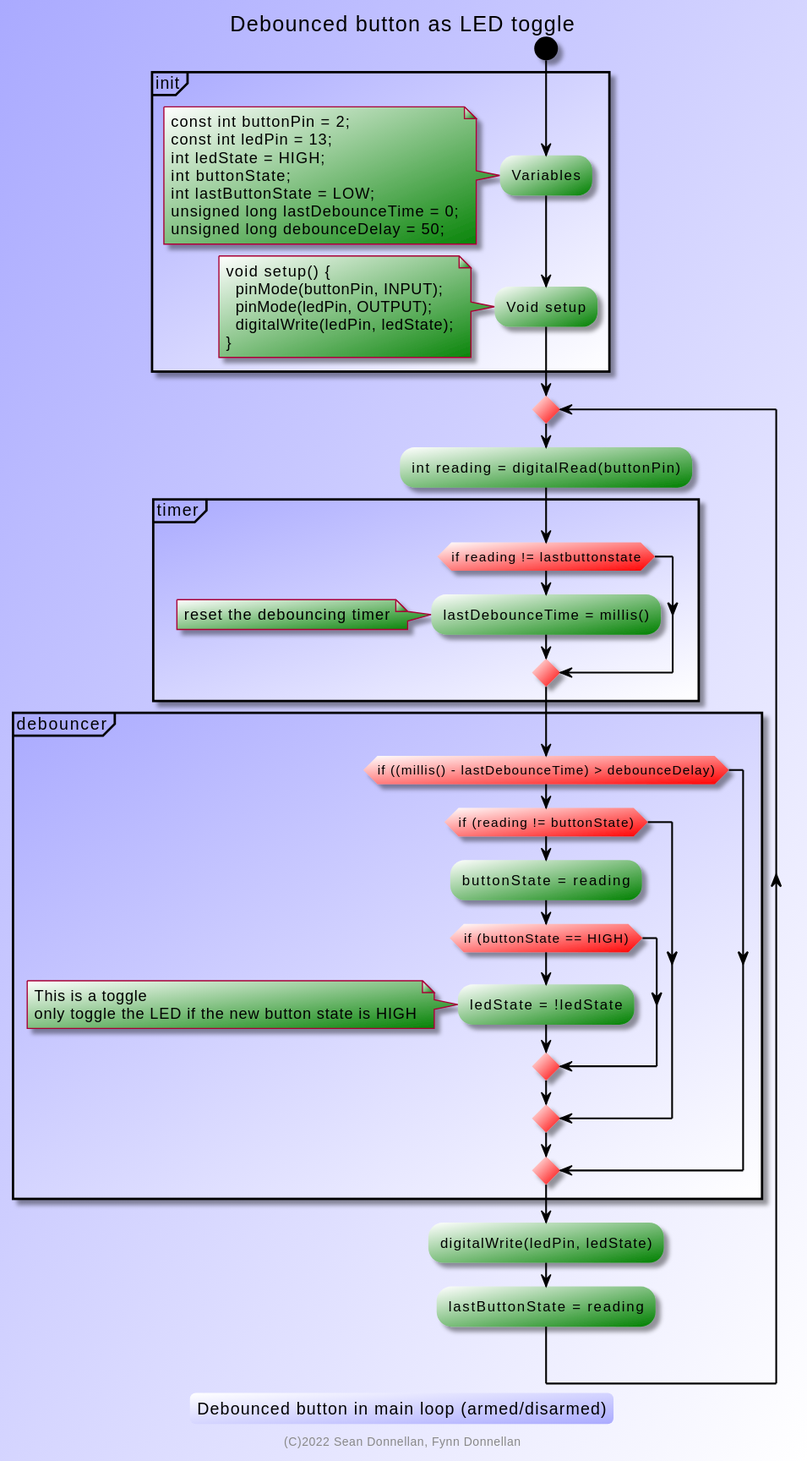
donnels/kerbal-control keeps this PlantUML diagram as images/debounce.svg. Above is the earlier version.
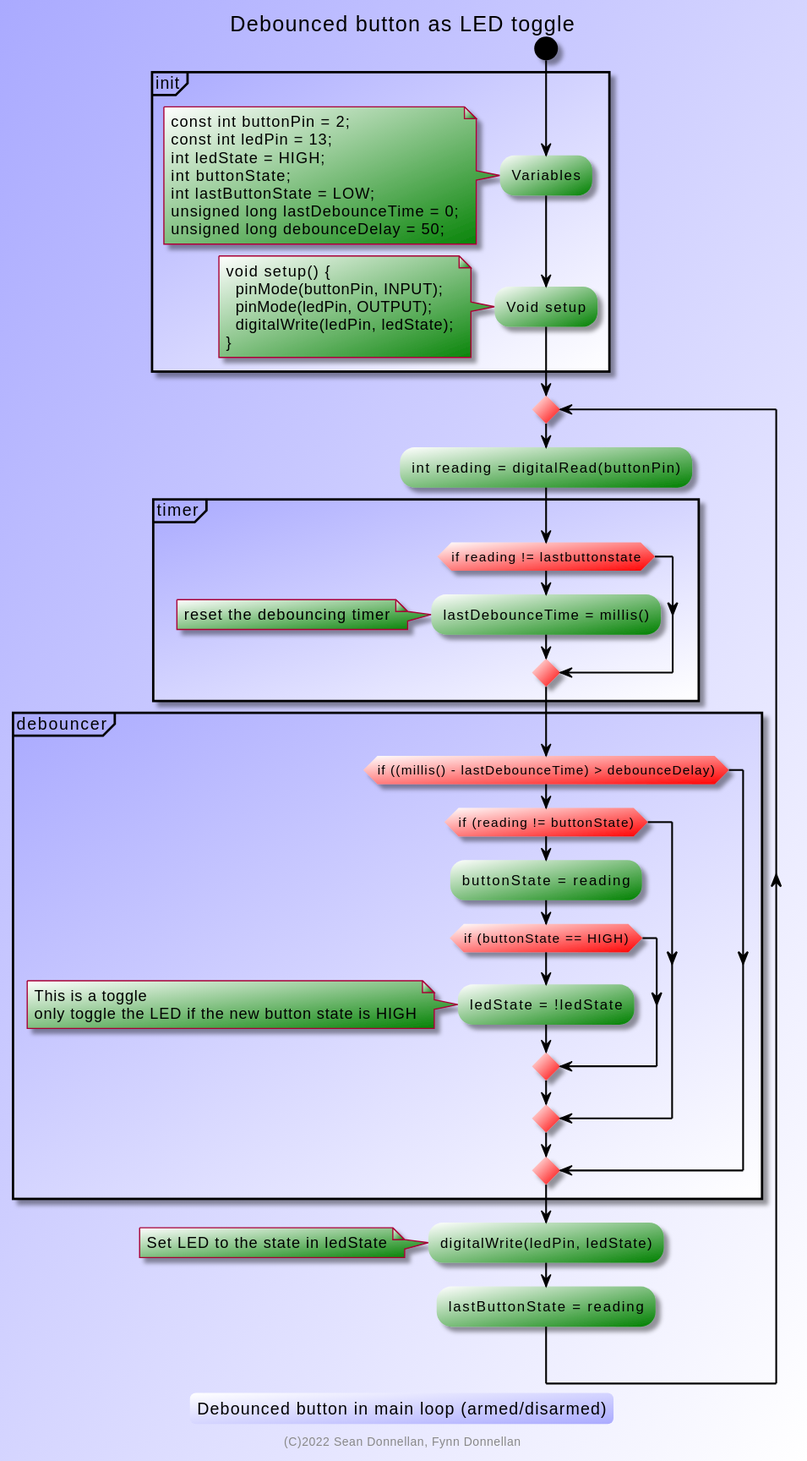
After the commit.

Diff of the diagram source:
```diff
@@ -66,6 +66,9 @@
       endif
     }
     :digitalWrite(ledPin, ledState);
+    note left
+    	Set LED to the state in ledState
+    end note
     :lastButtonState = reading;
 
 
```
